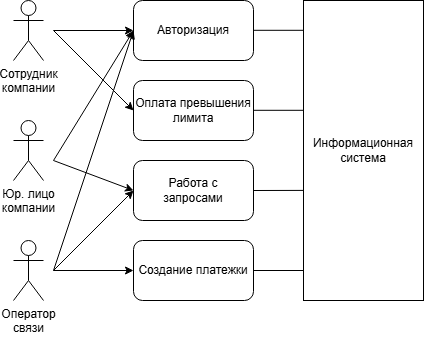
Maxorella/db_coursework keeps this draw.io diagram as media/1 Варианты использования.drawio.png. Above is the earlier version. Source tidied: cells renumbered, new cells last; positions are measured from the earlier drawing's top-left corner, leaving out a move shared by most shapes.
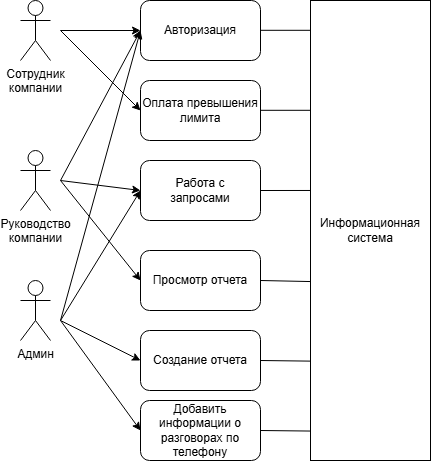
The same file after the commit.

Commit message:
Схема базы данных, начало РПЗ

Change to the diagram source:
```diff
@@ -2,14 +2,14 @@
   <root>
     <mxCell id="0" />
     <mxCell id="1" parent="0" />
-    <mxCell id="2" value="Юр. лицо&lt;div&gt;компании&lt;/div&gt;" style="shape=umlActor;verticalLabelPosition=bottom;verticalAlign=top;html=1;" parent="1" vertex="1">
-      <mxGeometry y="120" width="30" height="60" as="geometry" />
+    <mxCell id="2" value="Руководство&lt;div&gt;компании&lt;/div&gt;" style="shape=umlActor;verticalLabelPosition=bottom;verticalAlign=top;html=1;" parent="1" vertex="1">
+      <mxGeometry y="150" width="30" height="60" as="geometry" />
     </mxCell>
     <mxCell id="3" value="Сотрудник&lt;div&gt;компании&lt;/div&gt;" style="shape=umlActor;verticalLabelPosition=bottom;verticalAlign=top;html=1;" parent="1" vertex="1">
       <mxGeometry width="30" height="60" as="geometry" />
     </mxCell>
-    <mxCell id="4" value="Оператор&lt;div&gt;связи&lt;/div&gt;" style="shape=umlActor;verticalLabelPosition=bottom;verticalAlign=top;html=1;" parent="1" vertex="1">
-      <mxGeometry y="240" width="30" height="60" as="geometry" />
+    <mxCell id="4" value="Админ" style="shape=umlActor;verticalLabelPosition=bottom;verticalAlign=top;html=1;" parent="1" vertex="1">
+      <mxGeometry y="280" width="30" height="60" as="geometry" />
     </mxCell>
     <mxCell id="5" value="Авторизация" style="rounded=1;whiteSpace=wrap;html=1;" parent="1" vertex="1">
       <mxGeometry x="120" width="120" height="60" as="geometry" />
@@ -20,8 +20,8 @@
     <mxCell id="7" value="Работа с&lt;div&gt;запросами&lt;/div&gt;" style="rounded=1;whiteSpace=wrap;html=1;" parent="1" vertex="1">
       <mxGeometry x="120" y="160" width="120" height="60" as="geometry" />
     </mxCell>
-    <mxCell id="8" value="Создание платежки" style="rounded=1;whiteSpace=wrap;html=1;" parent="1" vertex="1">
-      <mxGeometry x="120" y="240" width="120" height="60" as="geometry" />
+    <mxCell id="8" value="Создание отчета" style="rounded=1;whiteSpace=wrap;html=1;" parent="1" vertex="1">
+      <mxGeometry x="120" y="330" width="120" height="60" as="geometry" />
     </mxCell>
     <mxCell id="9" style="endArrow=classic;html=1;rounded=0;entryX=0;entryY=0.5;entryDx=0;entryDy=0;" parent="1" edge="1" target="5">
       <mxGeometry relative="1" as="geometry">
@@ -30,23 +30,23 @@
     </mxCell>
     <mxCell id="10" style="endArrow=classic;html=1;rounded=0;entryX=0;entryY=0.5;entryDx=0;entryDy=0;" parent="1" edge="1" target="5">
       <mxGeometry relative="1" as="geometry">
-        <mxPoint x="40" y="160" as="sourcePoint" />
+        <mxPoint x="40" y="180" as="sourcePoint" />
       </mxGeometry>
     </mxCell>
     <mxCell id="11" style="endArrow=classic;html=1;rounded=0;" parent="1" edge="1">
       <mxGeometry relative="1" as="geometry">
-        <mxPoint x="40" y="270" as="sourcePoint" />
+        <mxPoint x="40" y="320" as="sourcePoint" />
         <mxPoint x="120" y="30" as="targetPoint" />
       </mxGeometry>
     </mxCell>
     <mxCell id="12" style="endArrow=classic;html=1;rounded=0;entryX=0;entryY=0.5;entryDx=0;entryDy=0;" parent="1" edge="1" target="8">
       <mxGeometry relative="1" as="geometry">
-        <mxPoint x="40" y="270" as="sourcePoint" />
+        <mxPoint x="40" y="320" as="sourcePoint" />
       </mxGeometry>
     </mxCell>
     <mxCell id="13" style="endArrow=classic;html=1;rounded=0;entryX=0;entryY=0.5;entryDx=0;entryDy=0;" parent="1" edge="1" target="7">
       <mxGeometry relative="1" as="geometry">
-        <mxPoint x="40" y="270" as="sourcePoint" />
+        <mxPoint x="40" y="320" as="sourcePoint" />
       </mxGeometry>
     </mxCell>
     <mxCell id="14" style="endArrow=classic;html=1;rounded=0;entryX=0;entryY=0.5;entryDx=0;entryDy=0;" parent="1" edge="1" target="6">
@@ -56,16 +56,16 @@
     </mxCell>
     <mxCell id="15" style="endArrow=classic;html=1;rounded=0;entryX=0;entryY=0.5;entryDx=0;entryDy=0;" parent="1" edge="1" target="7">
       <mxGeometry relative="1" as="geometry">
-        <mxPoint x="40" y="160" as="sourcePoint" />
+        <mxPoint x="40" y="180" as="sourcePoint" />
       </mxGeometry>
     </mxCell>
     <mxCell id="16" value="Информационная&lt;div&gt;система&lt;/div&gt;" style="rounded=0;whiteSpace=wrap;html=1;" parent="1" vertex="1">
-      <mxGeometry x="290" width="120" height="300" as="geometry" />
+      <mxGeometry x="290" width="120" height="460" as="geometry" />
     </mxCell>
-    <mxCell id="17" style="endArrow=none;html=1;rounded=0;exitX=1;exitY=0.5;exitDx=0;exitDy=0;entryX=0;entryY=0.9;entryDx=0;entryDy=0;entryPerimeter=0;" parent="1" edge="1" source="8" target="16">
+    <mxCell id="17" style="endArrow=none;html=1;rounded=0;exitX=1;exitY=0.5;exitDx=0;exitDy=0;entryX=0.004;entryY=0.784;entryDx=0;entryDy=0;entryPerimeter=0;" parent="1" edge="1" source="8" target="16">
       <mxGeometry relative="1" as="geometry" />
     </mxCell>
-    <mxCell id="18" style="endArrow=none;html=1;rounded=0;exitX=1;exitY=0.5;exitDx=0;exitDy=0;entryX=0;entryY=0.633;entryDx=0;entryDy=0;entryPerimeter=0;" parent="1" edge="1" source="7" target="16">
+    <mxCell id="18" style="endArrow=none;html=1;rounded=0;exitX=1;exitY=0.5;exitDx=0;exitDy=0;entryX=0.004;entryY=0.413;entryDx=0;entryDy=0;entryPerimeter=0;" parent="1" edge="1" source="7" target="16">
       <mxGeometry relative="1" as="geometry" />
     </mxCell>
     <mxCell id="19" style="endArrow=none;html=1;rounded=0;exitX=1;exitY=0.5;exitDx=0;exitDy=0;entryX=0;entryY=0.633;entryDx=0;entryDy=0;entryPerimeter=0;" parent="1" edge="1">
@@ -80,5 +80,27 @@
         <mxPoint x="290" y="29.8" as="targetPoint" />
       </mxGeometry>
     </mxCell>
+    <mxCell id="21" value="Просмотр отчета" style="rounded=1;whiteSpace=wrap;html=1;" parent="1" vertex="1">
+      <mxGeometry x="120" y="250" width="120" height="60" as="geometry" />
+    </mxCell>
+    <mxCell id="22" value="Добавить информации о разговорах по телефону" style="rounded=1;whiteSpace=wrap;html=1;" parent="1" vertex="1">
+      <mxGeometry x="120" y="400" width="120" height="60" as="geometry" />
+    </mxCell>
+    <mxCell id="23" style="endArrow=classic;html=1;rounded=0;entryX=0;entryY=0.5;entryDx=0;entryDy=0;" parent="1" edge="1" target="22">
+      <mxGeometry relative="1" as="geometry">
+        <mxPoint x="40" y="320" as="sourcePoint" />
+      </mxGeometry>
+    </mxCell>
+    <mxCell id="24" style="endArrow=classic;html=1;rounded=0;entryX=0;entryY=0.5;entryDx=0;entryDy=0;" parent="1" edge="1" target="21">
+      <mxGeometry relative="1" as="geometry">
+        <mxPoint x="40" y="180" as="sourcePoint" />
+      </mxGeometry>
+    </mxCell>
+    <mxCell id="25" style="endArrow=none;html=1;rounded=0;exitX=1;exitY=0.5;exitDx=0;exitDy=0;entryX=-0.001;entryY=0.611;entryDx=0;entryDy=0;entryPerimeter=0;" parent="1" edge="1" source="21" target="16">
+      <mxGeometry relative="1" as="geometry" />
+    </mxCell>
+    <mxCell id="26" style="endArrow=none;html=1;rounded=0;exitX=1;exitY=0.5;exitDx=0;exitDy=0;entryX=-0.001;entryY=0.936;entryDx=0;entryDy=0;entryPerimeter=0;" parent="1" edge="1" source="22" target="16">
+      <mxGeometry relative="1" as="geometry" />
+    </mxCell>
   </root>
 </mxGraphModel>
```
